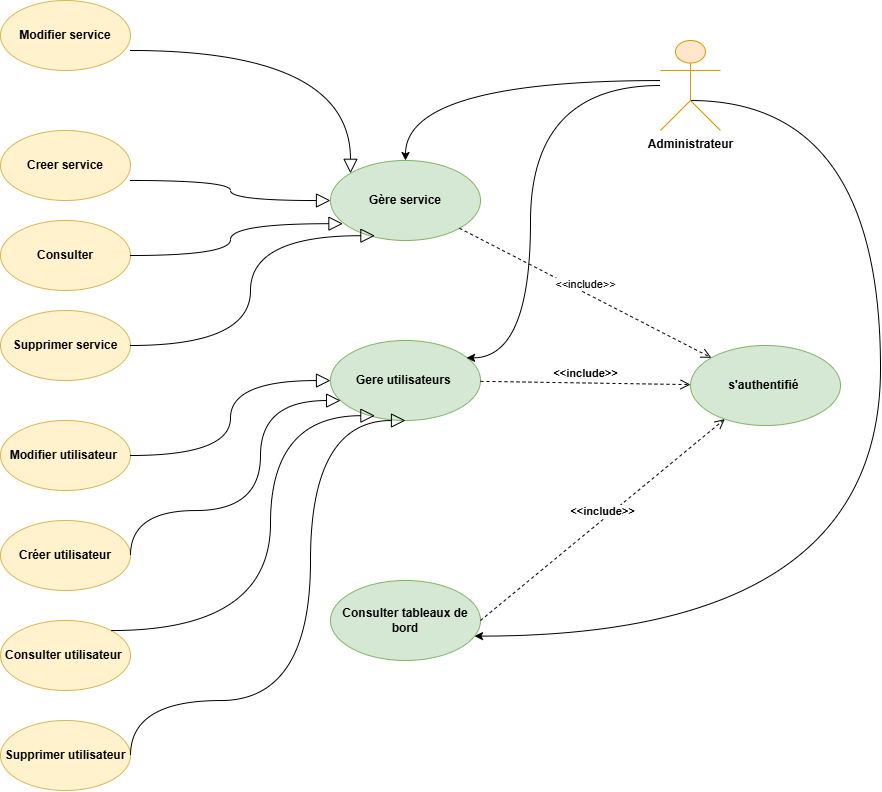
Earlier version of the draw.io export aide/Untitled Diagram.drawio.png (omarhabib5/PFEProject). Source tidied: cells renumbered, new cells last; positions are measured from the earlier drawing's top-left corner, leaving out a move shared by most shapes.
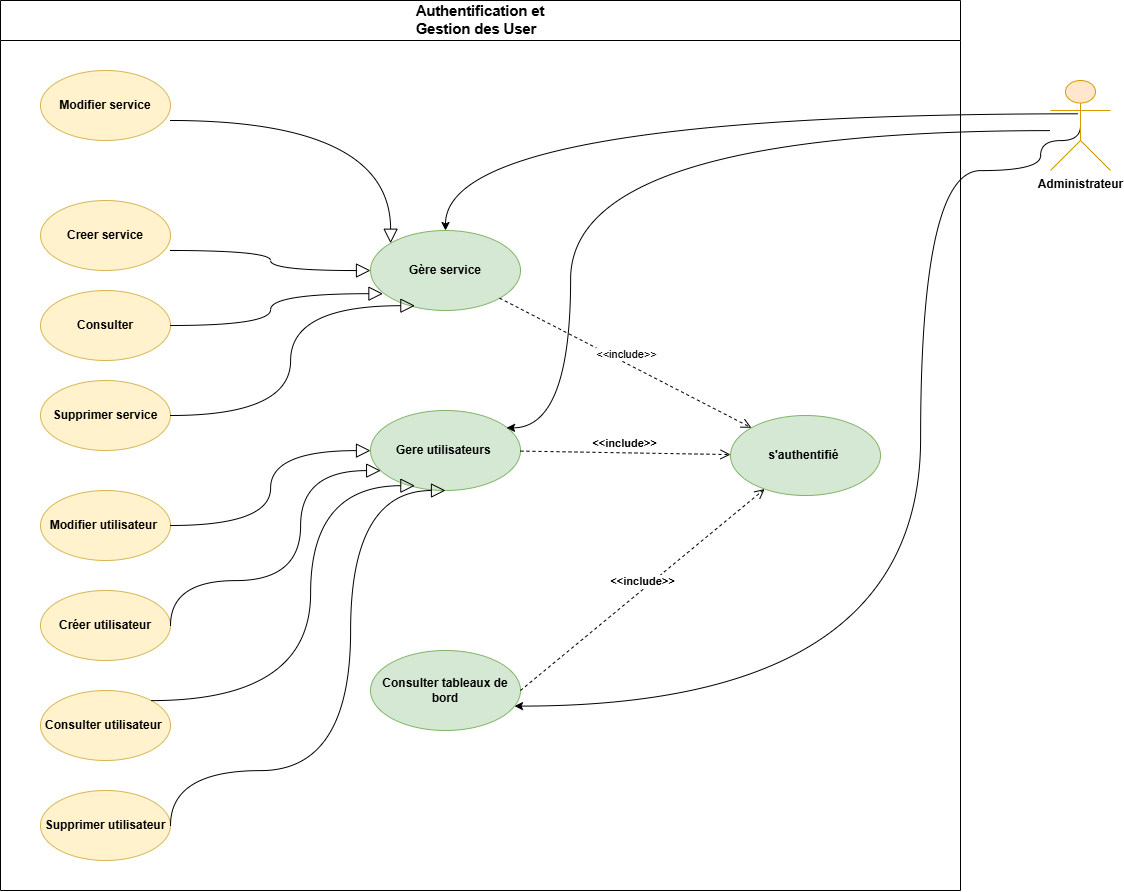
The same diagram one commit later.

Change to the diagram source:
```diff
@@ -2,24 +2,26 @@
   <root>
     <mxCell id="0" />
     <mxCell id="1" parent="0" />
-    <mxCell id="2" style="edgeStyle=orthogonalEdgeStyle;curved=1;rounded=0;jettySize=auto;html=1;" parent="1" edge="1" source="4" target="13">
+    <mxCell id="2" style="edgeStyle=orthogonalEdgeStyle;curved=1;rounded=0;jettySize=auto;html=1;exitX=0.459;exitY=0.37;exitDx=0;exitDy=0;exitPerimeter=0;" parent="1" edge="1" source="4" target="13">
       <mxGeometry relative="1" as="geometry">
         <Array as="points">
-          <mxPoint x="405" y="80" />
+          <mxPoint x="405" y="43" />
         </Array>
       </mxGeometry>
     </mxCell>
-    <mxCell id="3" style="edgeStyle=orthogonalEdgeStyle;curved=1;rounded=0;jettySize=auto;html=1;exitX=0.5;exitY=0.5;exitDx=0;exitDy=0;exitPerimeter=0;entryX=0.96;entryY=0.695;entryDx=0;entryDy=0;entryPerimeter=0;" parent="1" edge="1" target="15">
+    <mxCell id="3" style="edgeStyle=orthogonalEdgeStyle;curved=1;rounded=0;jettySize=auto;html=1;exitX=0.5;exitY=0.5;exitDx=0;exitDy=0;exitPerimeter=0;entryX=0.96;entryY=0.695;entryDx=0;entryDy=0;entryPerimeter=0;" parent="1" edge="1" source="4" target="15">
       <mxGeometry relative="1" as="geometry">
-        <mxPoint x="690" y="100" as="sourcePoint" />
         <Array as="points">
+          <mxPoint x="1040" y="70" />
+          <mxPoint x="1000" y="70" />
+          <mxPoint x="1000" y="100" />
           <mxPoint x="880" y="100" />
           <mxPoint x="880" y="636" />
         </Array>
       </mxGeometry>
     </mxCell>
     <mxCell id="4" value="&lt;b&gt;Administrateur&lt;/b&gt;" style="shape=umlActor;verticalLabelPosition=bottom;verticalAlign=top;html=1;outlineConnect=0;fillColor=#ffe6cc;strokeColor=#d79b00;" parent="1" vertex="1">
-      <mxGeometry x="660" y="40" width="60" height="90" as="geometry" />
+      <mxGeometry x="1010" y="10" width="60" height="90" as="geometry" />
     </mxCell>
     <mxCell id="5" value="&lt;b&gt;Modifier service&lt;/b&gt;" style="ellipse;whiteSpace=wrap;html=1;fillColor=#fff2cc;strokeColor=#d6b656;" parent="1" vertex="1">
       <mxGeometry width="130" height="70" as="geometry" />
@@ -119,10 +121,13 @@
     <mxCell id="28" style="edgeStyle=orthogonalEdgeStyle;curved=1;rounded=0;jettySize=auto;html=1;entryX=0.907;entryY=0.217;entryDx=0;entryDy=0;entryPerimeter=0;" parent="1" edge="1" source="4" target="14">
       <mxGeometry relative="1" as="geometry">
         <Array as="points">
-          <mxPoint x="530" y="85" />
+          <mxPoint x="530" y="60" />
           <mxPoint x="530" y="357" />
         </Array>
       </mxGeometry>
     </mxCell>
+    <mxCell id="29" value="&lt;span lang=&quot;FR&quot; style=&quot;font-size:11.0pt;font-family:&amp;lt;br/&amp;gt;&amp;quot;Times New Roman&amp;quot;,serif;mso-fareast-font-family:&amp;quot;Times New Roman&amp;quot;;mso-ansi-language:&amp;lt;br/&amp;gt;FR;mso-fareast-language:EN-US;mso-bidi-language:AR-SA&quot;&gt;Authentification et&lt;br&gt;Gestion des User&amp;nbsp;&amp;nbsp;&lt;/span&gt;" style="swimlane;whiteSpace=wrap;html=1;startSize=40;align=center;" parent="1" vertex="1">
+      <mxGeometry x="-40" y="-70" width="960" height="890" as="geometry" />
+    </mxCell>
   </root>
 </mxGraphModel>
```
